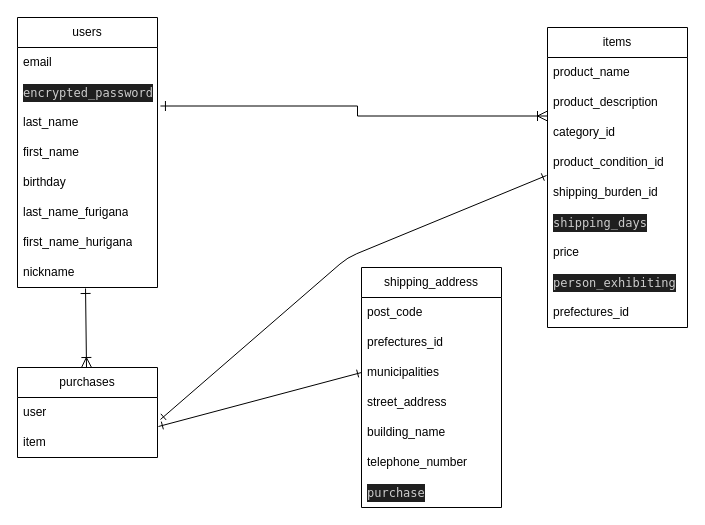
Before: app/views/test.dio in nagano19840910/furima-40222, a draw.io diagram. Source tidied: cells renumbered, new cells numbered last; positions are measured from the earlier drawing's top-left corner, leaving out a move shared by most shapes. Both pictures are drawn from the tidied source at 100%, with x=0, y=0 at pixel (17, 17).
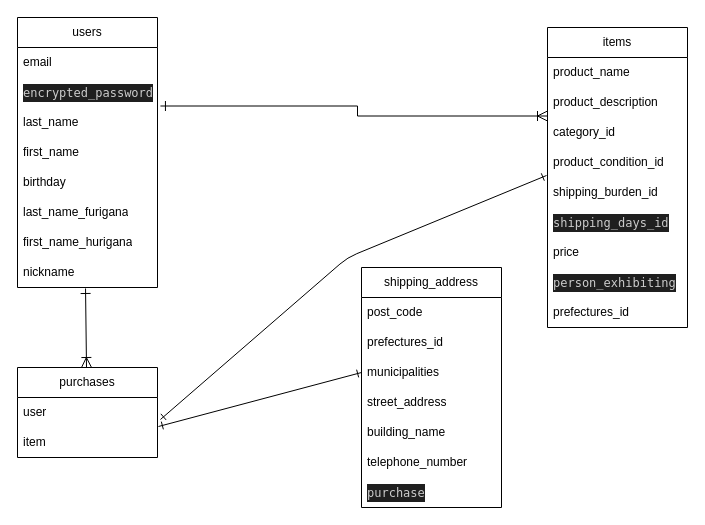
The same diagram, later.

Commit message:
データベースコミット１３

Unchanged cells that the change refers to:
```xml
<mxCell id="11" value="items" style="swimlane;fontStyle=0;horizontal=1;startSize=30;whiteSpace=wrap;html=1;" parent="1" vertex="1">
  <mxGeometry x="530" y="10" width="140" height="300" as="geometry" />
</mxCell>
```

Diff of the diagram source:
```diff
@@
-    <mxCell id="17" value="&lt;div style=&quot;color: rgb(204, 204, 204); background-color: rgb(31, 31, 31); font-family: Menlo, Monaco, &amp;quot;Courier New&amp;quot;, monospace; line-height: 18px;&quot;&gt;&lt;div style=&quot;line-height: 18px;&quot;&gt;&lt;div style=&quot;line-height: 18px;&quot;&gt;shipping_days&lt;/div&gt;&lt;/div&gt;&lt;/div&gt;" style="text;strokeColor=none;fillColor=none;align=left;verticalAlign=middle;spacingLeft=4;spacingRight=4;overflow=hidden;whiteSpace=wrap;html=1;" parent="11" vertex="1">
+    <mxCell id="17" value="&lt;div style=&quot;color: rgb(204, 204, 204); background-color: rgb(31, 31, 31); font-family: Menlo, Monaco, &amp;quot;Courier New&amp;quot;, monospace; line-height: 18px;&quot;&gt;&lt;div style=&quot;line-height: 18px;&quot;&gt;&lt;div style=&quot;line-height: 18px;&quot;&gt;shipping_days_id&lt;/div&gt;&lt;/div&gt;&lt;/div&gt;" style="text;strokeColor=none;fillColor=none;align=left;verticalAlign=middle;spacingLeft=4;spacingRight=4;overflow=hidden;whiteSpace=wrap;html=1;" parent="11" vertex="1">
       <mxGeometry y="180" width="140" height="30" as="geometry" />
     </mxCell>
```
